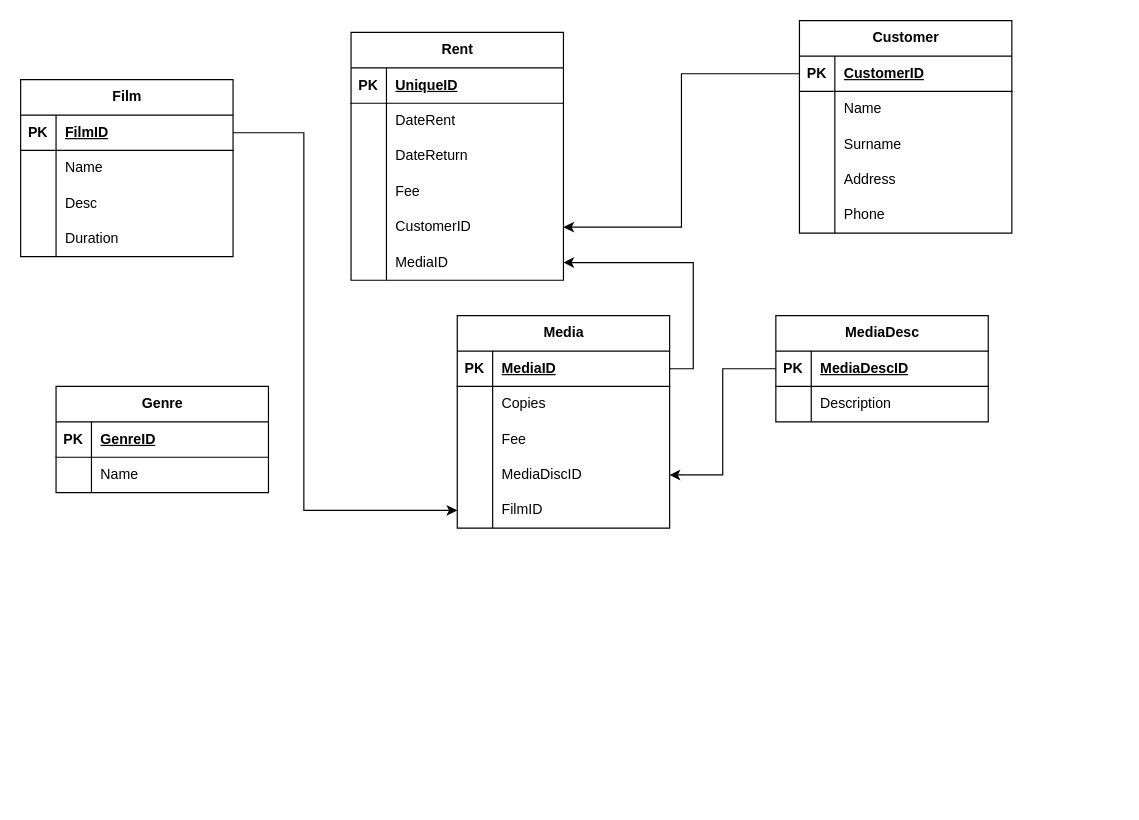
Before: UBP.drawio in LukaCafuka/Diagrams-TiPK, a draw.io diagram. Source tidied: cells renumbered, new cells numbered last; positions are measured from the earlier drawing's top-left corner, leaving out a move shared by most shapes. Both pictures are drawn from the tidied source at 118%, with x=0, y=0 at pixel (20, 20).
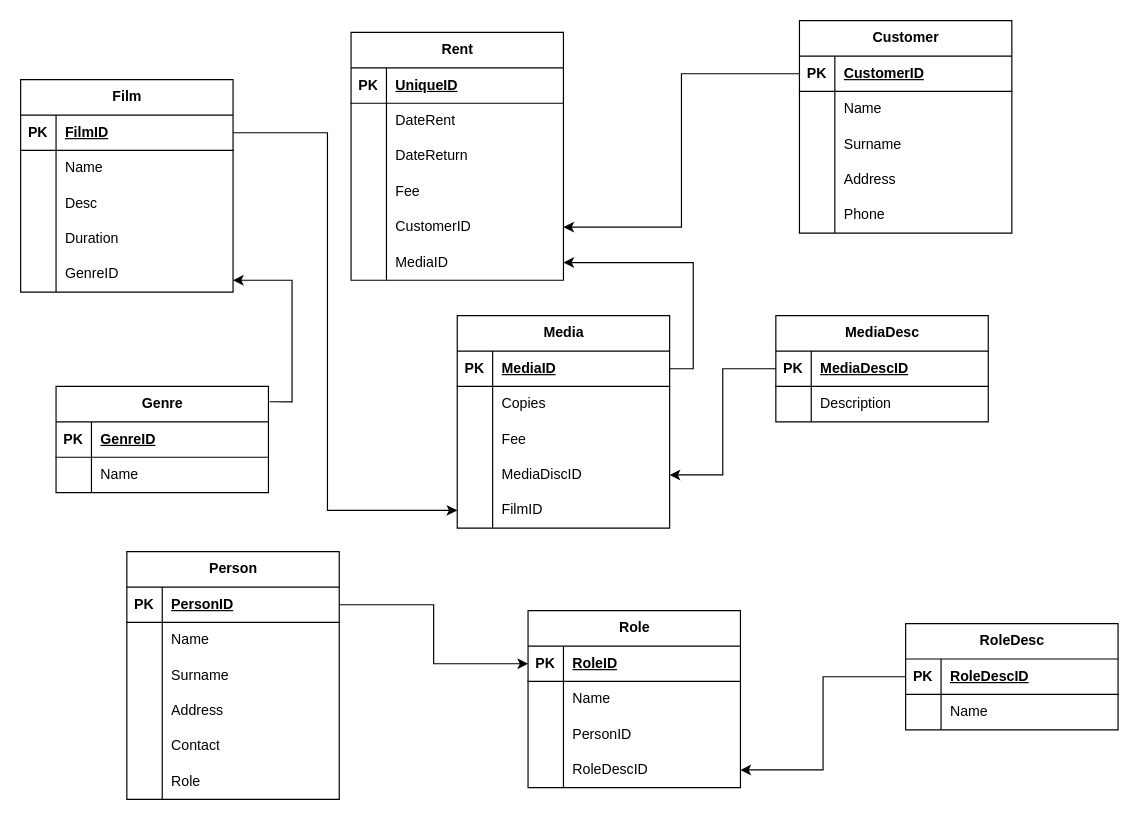
The same page after the edit.

Unchanged cells that the change refers to:
```xml
<mxCell id="51" style="shape=tableRow;horizontal=0;startSize=0;swimlaneHead=0;swimlaneBody=0;fillColor=none;points=[[0,0.5],[1,0.5]];portConstraint=eastwest;top=0;left=0;right=0;bottom=0;" parent="38" vertex="1">
  <mxGeometry y="150" width="180" height="30" as="geometry" />
</mxCell>
<mxCell id="64" style="shape=tableRow;horizontal=0;startSize=0;swimlaneHead=0;swimlaneBody=0;fillColor=none;points=[[0,0.5],[1,0.5]];portConstraint=eastwest;top=0;left=0;right=0;bottom=1;" parent="63" vertex="1">
  <mxGeometry y="30" width="180" height="30" as="geometry" />
</mxCell>
<mxCell id="77" value="Genre" style="shape=table;startSize=30;childLayout=tableLayout;rowLines=0;fontStyle=1;align=center;html=1;" parent="1" vertex="1">
  <mxGeometry x="30" y="310" width="180" height="90" as="geometry" />
</mxCell>
```

What changed in the source:
```diff
@@
     <mxCell id="63" value="Film" style="shape=table;startSize=30;childLayout=tableLayout;rowLines=0;fontStyle=1;align=center;html=1;" parent="1" vertex="1">
-      <mxGeometry y="50" width="180" height="150" as="geometry" />
+      <mxGeometry y="50" width="180" height="180" as="geometry" />
     </mxCell>
@@
+    <mxCell id="84" style="shape=tableRow;horizontal=0;startSize=0;swimlaneHead=0;swimlaneBody=0;fillColor=none;top=0;left=0;right=0;bottom=0;" parent="63" vertex="1">
+      <mxGeometry y="150" width="180" height="30" as="geometry" />
+    </mxCell>
+    <mxCell id="85" style="shape=partialRectangle;fillColor=none;top=0;left=0;bottom=0;right=0;overflow=hidden;whiteSpace=wrap;html=1;" parent="84" vertex="1">
+      <mxGeometry width="30" height="30" as="geometry" />
+    </mxCell>
+    <mxCell id="86" value="GenreID" style="shape=partialRectangle;fillColor=none;top=0;left=0;bottom=0;right=0;align=left;spacingLeft=6;overflow=hidden;whiteSpace=wrap;html=1;" parent="84" vertex="1">
+      <mxGeometry x="30" width="150" height="30" as="geometry" />
+    </mxCell>
     <mxCell id="76" style="edgeStyle=orthogonalEdgeStyle;rounded=0;jettySize=auto;html=1;entryX=0;entryY=0.5;entryDx=0;entryDy=0;" parent="1" edge="1" source="64" target="51">
       <mxGeometry relative="1" as="geometry">
         <Array as="points">
-          <mxPoint x="240" y="95" />
-          <mxPoint x="240" y="415" />
+          <mxPoint x="260" y="95" />
+          <mxPoint x="260" y="415" />
         </Array>
       </mxGeometry>
     </mxCell>
@@
+    <mxCell id="87" style="edgeStyle=orthogonalEdgeStyle;rounded=0;jettySize=auto;html=1;exitX=1.005;exitY=0.144;exitDx=0;exitDy=0;exitPerimeter=0;" parent="1" edge="1" source="77">
+      <mxGeometry relative="1" as="geometry">
+        <mxPoint x="180" y="220" as="targetPoint" />
+        <Array as="points">
+          <mxPoint x="230" y="323" />
+          <mxPoint x="230" y="220" />
+          <mxPoint x="180" y="220" />
+        </Array>
+      </mxGeometry>
+    </mxCell>
+    <mxCell id="88" value="Person" style="shape=table;startSize=30;childLayout=tableLayout;rowLines=0;fontStyle=1;align=center;html=1;" parent="1" vertex="1">
+      <mxGeometry x="90" y="450" width="180" height="210" as="geometry" />
+    </mxCell>
+    <mxCell id="89" style="shape=tableRow;horizontal=0;startSize=0;swimlaneHead=0;swimlaneBody=0;fillColor=none;points=[[0,0.5],[1,0.5]];portConstraint=eastwest;top=0;left=0;right=0;bottom=1;" parent="88" vertex="1">
+      <mxGeometry y="30" width="180" height="30" as="geometry" />
+    </mxCell>
+    <mxCell id="90" value="PK" style="shape=partialRectangle;fillColor=none;top=0;left=0;bottom=0;right=0;fontStyle=1;overflow=hidden;whiteSpace=wrap;html=1;" parent="89" vertex="1">
+      <mxGeometry width="30" height="30" as="geometry" />
+    </mxCell>
+    <mxCell id="91" value="PersonID" style="shape=partialRectangle;fillColor=none;top=0;left=0;bottom=0;right=0;align=left;spacingLeft=6;fontStyle=5;overflow=hidden;whiteSpace=wrap;html=1;" parent="89" vertex="1">
+      <mxGeometry x="30" width="150" height="30" as="geometry" />
+    </mxCell>
+    <mxCell id="92" style="shape=tableRow;horizontal=0;startSize=0;swimlaneHead=0;swimlaneBody=0;fillColor=none;top=0;left=0;right=0;bottom=0;" parent="88" vertex="1">
+      <mxGeometry y="60" width="180" height="30" as="geometry" />
+    </mxCell>
+    <mxCell id="93" style="shape=partialRectangle;fillColor=none;top=0;left=0;bottom=0;right=0;overflow=hidden;whiteSpace=wrap;html=1;" parent="92" vertex="1">
+      <mxGeometry width="30" height="30" as="geometry" />
+    </mxCell>
+    <mxCell id="94" value="Name&lt;span style=&quot;white-space: pre;&quot;&gt;&#9;&lt;/span&gt;" style="shape=partialRectangle;fillColor=none;top=0;left=0;bottom=0;right=0;align=left;spacingLeft=6;overflow=hidden;whiteSpace=wrap;html=1;" parent="92" vertex="1">
+      <mxGeometry x="30" width="150" height="30" as="geometry" />
+    </mxCell>
+    <mxCell id="95" style="shape=tableRow;horizontal=0;startSize=0;swimlaneHead=0;swimlaneBody=0;fillColor=none;top=0;left=0;right=0;bottom=0;" parent="88" vertex="1">
+      <mxGeometry y="90" width="180" height="30" as="geometry" />
+    </mxCell>
+    <mxCell id="96" style="shape=partialRectangle;fillColor=none;top=0;left=0;bottom=0;right=0;overflow=hidden;whiteSpace=wrap;html=1;" parent="95" vertex="1">
+      <mxGeometry width="30" height="30" as="geometry" />
+    </mxCell>
+    <mxCell id="97" value="Surname" style="shape=partialRectangle;fillColor=none;top=0;left=0;bottom=0;right=0;align=left;spacingLeft=6;overflow=hidden;whiteSpace=wrap;html=1;" parent="95" vertex="1">
+      <mxGeometry x="30" width="150" height="30" as="geometry" />
+    </mxCell>
+    <mxCell id="98" style="shape=tableRow;horizontal=0;startSize=0;swimlaneHead=0;swimlaneBody=0;fillColor=none;top=0;left=0;right=0;bottom=0;" parent="88" vertex="1">
+      <mxGeometry y="120" width="180" height="30" as="geometry" />
+    </mxCell>
+    <mxCell id="99" style="shape=partialRectangle;fillColor=none;top=0;left=0;bottom=0;right=0;overflow=hidden;whiteSpace=wrap;html=1;" parent="98" vertex="1">
+      <mxGeometry width="30" height="30" as="geometry" />
+    </mxCell>
+    <mxCell id="100" value="Address" style="shape=partialRectangle;fillColor=none;top=0;left=0;bottom=0;right=0;align=left;spacingLeft=6;overflow=hidden;whiteSpace=wrap;html=1;" parent="98" vertex="1">
+      <mxGeometry x="30" width="150" height="30" as="geometry" />
+    </mxCell>
+    <mxCell id="101" style="shape=tableRow;horizontal=0;startSize=0;swimlaneHead=0;swimlaneBody=0;fillColor=none;top=0;left=0;right=0;bottom=0;" parent="88" vertex="1">
+      <mxGeometry y="150" width="180" height="30" as="geometry" />
+    </mxCell>
+    <mxCell id="102" style="shape=partialRectangle;fillColor=none;top=0;left=0;bottom=0;right=0;overflow=hidden;whiteSpace=wrap;html=1;" parent="101" vertex="1">
+      <mxGeometry width="30" height="30" as="geometry" />
+    </mxCell>
+    <mxCell id="103" value="Contact" style="shape=partialRectangle;fillColor=none;top=0;left=0;bottom=0;right=0;align=left;spacingLeft=6;overflow=hidden;whiteSpace=wrap;html=1;" parent="101" vertex="1">
+      <mxGeometry x="30" width="150" height="30" as="geometry" />
+    </mxCell>
+    <mxCell id="104" style="shape=tableRow;horizontal=0;startSize=0;swimlaneHead=0;swimlaneBody=0;fillColor=none;top=0;left=0;right=0;bottom=0;" parent="88" vertex="1">
+      <mxGeometry y="180" width="180" height="30" as="geometry" />
+    </mxCell>
+    <mxCell id="105" style="shape=partialRectangle;fillColor=none;top=0;left=0;bottom=0;right=0;overflow=hidden;whiteSpace=wrap;html=1;" parent="104" vertex="1">
+      <mxGeometry width="30" height="30" as="geometry" />
+    </mxCell>
+    <mxCell id="106" value="Role" style="shape=partialRectangle;fillColor=none;top=0;left=0;bottom=0;right=0;align=left;spacingLeft=6;overflow=hidden;whiteSpace=wrap;html=1;" parent="104" vertex="1">
+      <mxGeometry x="30" width="150" height="30" as="geometry" />
+    </mxCell>
+    <mxCell id="107" value="Role" style="shape=table;startSize=30;childLayout=tableLayout;rowLines=0;fontStyle=1;align=center;html=1;" parent="1" vertex="1">
+      <mxGeometry x="430" y="500" width="180" height="150" as="geometry" />
+    </mxCell>
+    <mxCell id="108" style="shape=tableRow;horizontal=0;startSize=0;swimlaneHead=0;swimlaneBody=0;fillColor=none;points=[[0,0.5],[1,0.5]];portConstraint=eastwest;top=0;left=0;right=0;bottom=1;" parent="107" vertex="1">
+      <mxGeometry y="30" width="180" height="30" as="geometry" />
+    </mxCell>
+    <mxCell id="109" value="PK" style="shape=partialRectangle;fillColor=none;top=0;left=0;bottom=0;right=0;fontStyle=1;overflow=hidden;whiteSpace=wrap;html=1;" parent="108" vertex="1">
+      <mxGeometry width="30" height="30" as="geometry" />
+    </mxCell>
+    <mxCell id="110" value="RoleID" style="shape=partialRectangle;fillColor=none;top=0;left=0;bottom=0;right=0;align=left;spacingLeft=6;fontStyle=5;overflow=hidden;whiteSpace=wrap;html=1;" parent="108" vertex="1">
+      <mxGeometry x="30" width="150" height="30" as="geometry" />
+    </mxCell>
+    <mxCell id="111" style="shape=tableRow;horizontal=0;startSize=0;swimlaneHead=0;swimlaneBody=0;fillColor=none;top=0;left=0;right=0;bottom=0;" parent="107" vertex="1">
+      <mxGeometry y="60" width="180" height="30" as="geometry" />
+    </mxCell>
+    <mxCell id="112" style="shape=partialRectangle;fillColor=none;top=0;left=0;bottom=0;right=0;overflow=hidden;whiteSpace=wrap;html=1;" parent="111" vertex="1">
+      <mxGeometry width="30" height="30" as="geometry" />
+    </mxCell>
+    <mxCell id="113" value="Name" style="shape=partialRectangle;fillColor=none;top=0;left=0;bottom=0;right=0;align=left;spacingLeft=6;overflow=hidden;whiteSpace=wrap;html=1;" parent="111" vertex="1">
+      <mxGeometry x="30" width="150" height="30" as="geometry" />
+    </mxCell>
+    <mxCell id="114" style="shape=tableRow;horizontal=0;startSize=0;swimlaneHead=0;swimlaneBody=0;fillColor=none;top=0;left=0;right=0;bottom=0;" parent="107" vertex="1">
+      <mxGeometry y="90" width="180" height="30" as="geometry" />
+    </mxCell>
+    <mxCell id="115" style="shape=partialRectangle;fillColor=none;top=0;left=0;bottom=0;right=0;overflow=hidden;whiteSpace=wrap;html=1;" parent="114" vertex="1">
+      <mxGeometry width="30" height="30" as="geometry" />
+    </mxCell>
+    <mxCell id="116" value="PersonID" style="shape=partialRectangle;fillColor=none;top=0;left=0;bottom=0;right=0;align=left;spacingLeft=6;overflow=hidden;whiteSpace=wrap;html=1;" parent="114" vertex="1">
+      <mxGeometry x="30" width="150" height="30" as="geometry" />
+    </mxCell>
+    <mxCell id="117" style="shape=tableRow;horizontal=0;startSize=0;swimlaneHead=0;swimlaneBody=0;fillColor=none;points=[[0,0.5],[1,0.5]];portConstraint=eastwest;top=0;left=0;right=0;bottom=0;" parent="107" vertex="1">
+      <mxGeometry y="120" width="180" height="30" as="geometry" />
+    </mxCell>
+    <mxCell id="118" style="shape=partialRectangle;fillColor=none;top=0;left=0;bottom=0;right=0;overflow=hidden;whiteSpace=wrap;html=1;" parent="117" vertex="1">
+      <mxGeometry width="30" height="30" as="geometry" />
+    </mxCell>
+    <mxCell id="119" value="RoleDescID" style="shape=partialRectangle;fillColor=none;top=0;left=0;bottom=0;right=0;align=left;spacingLeft=6;overflow=hidden;whiteSpace=wrap;html=1;" parent="117" vertex="1">
+      <mxGeometry x="30" width="150" height="30" as="geometry" />
+    </mxCell>
+    <mxCell id="120" style="edgeStyle=orthogonalEdgeStyle;rounded=0;jettySize=auto;html=1;entryX=0;entryY=0.5;entryDx=0;entryDy=0;" parent="1" edge="1" source="89" target="108">
+      <mxGeometry relative="1" as="geometry" />
+    </mxCell>
+    <mxCell id="121" style="edgeStyle=orthogonalEdgeStyle;rounded=0;jettySize=auto;html=1;entryX=1;entryY=0.5;entryDx=0;entryDy=0;exitX=0;exitY=0.5;exitDx=0;exitDy=0;" parent="1" edge="1" source="123" target="117">
+      <mxGeometry relative="1" as="geometry" />
+    </mxCell>
+    <mxCell id="122" value="RoleDesc" style="shape=table;startSize=30;childLayout=tableLayout;rowLines=0;fontStyle=1;align=center;html=1;" parent="1" vertex="1">
+      <mxGeometry x="750" y="511" width="180" height="90" as="geometry" />
+    </mxCell>
+    <mxCell id="123" style="shape=tableRow;horizontal=0;startSize=0;swimlaneHead=0;swimlaneBody=0;fillColor=none;points=[[0,0.5],[1,0.5]];portConstraint=eastwest;top=0;left=0;right=0;bottom=1;" parent="122" vertex="1">
+      <mxGeometry y="30" width="180" height="30" as="geometry" />
+    </mxCell>
+    <mxCell id="124" value="PK" style="shape=partialRectangle;fillColor=none;top=0;left=0;bottom=0;right=0;fontStyle=1;overflow=hidden;whiteSpace=wrap;html=1;" parent="123" vertex="1">
+      <mxGeometry width="30" height="30" as="geometry" />
+    </mxCell>
+    <mxCell id="125" value="RoleDescID" style="shape=partialRectangle;fillColor=none;top=0;left=0;bottom=0;right=0;align=left;spacingLeft=6;fontStyle=5;overflow=hidden;whiteSpace=wrap;html=1;" parent="123" vertex="1">
+      <mxGeometry x="30" width="150" height="30" as="geometry" />
+    </mxCell>
+    <mxCell id="126" style="shape=tableRow;horizontal=0;startSize=0;swimlaneHead=0;swimlaneBody=0;fillColor=none;top=0;left=0;right=0;bottom=0;" parent="122" vertex="1">
+      <mxGeometry y="60" width="180" height="30" as="geometry" />
+    </mxCell>
+    <mxCell id="127" style="shape=partialRectangle;fillColor=none;top=0;left=0;bottom=0;right=0;overflow=hidden;whiteSpace=wrap;html=1;" parent="126" vertex="1">
+      <mxGeometry width="30" height="30" as="geometry" />
+    </mxCell>
+    <mxCell id="128" value="Name" style="shape=partialRectangle;fillColor=none;top=0;left=0;bottom=0;right=0;align=left;spacingLeft=6;overflow=hidden;whiteSpace=wrap;html=1;" parent="126" vertex="1">
+      <mxGeometry x="30" width="150" height="30" as="geometry" />
+    </mxCell>
```
